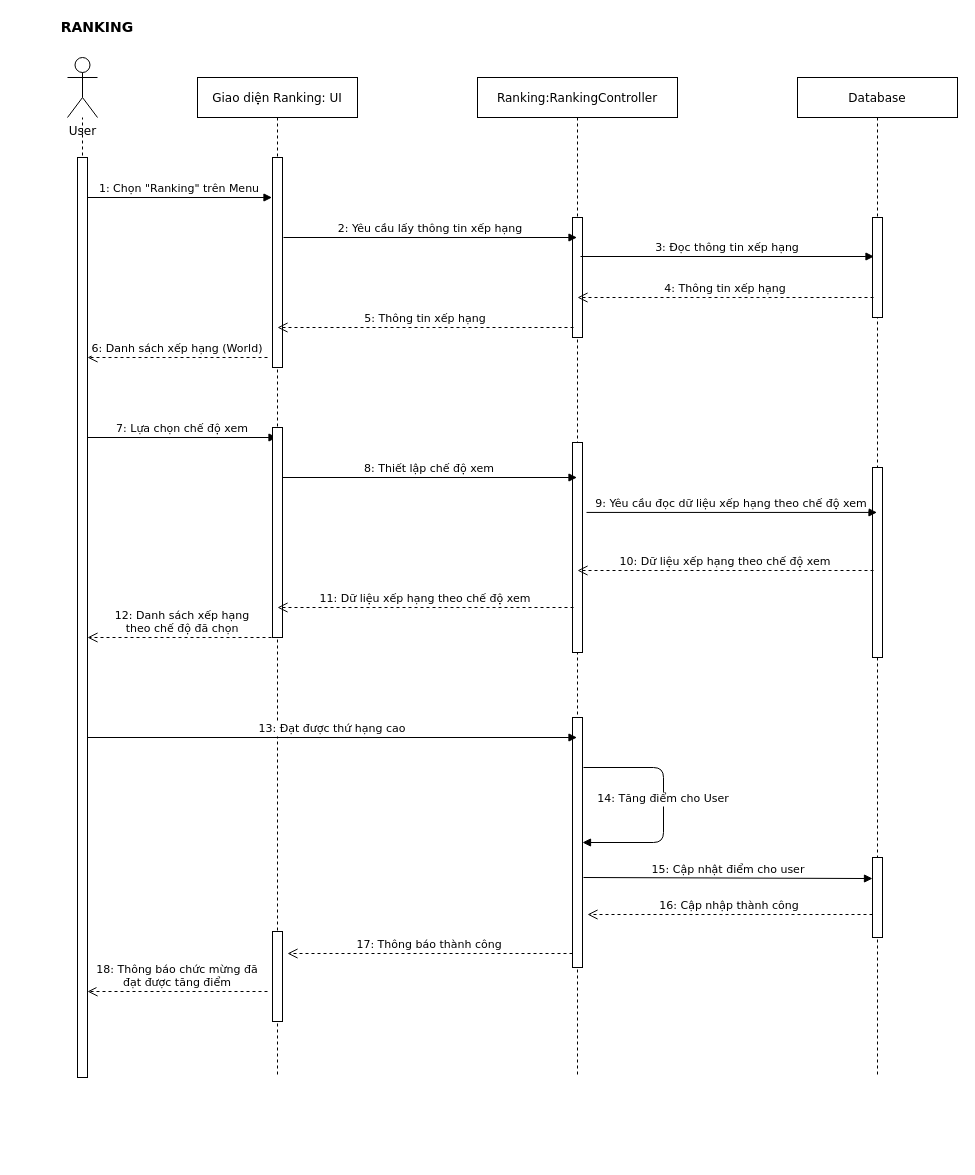
Earlier version of the draw.io diagram ToDoApp-Doc/Document/Diagram/Sequence Diagram/Ranking/Ranking_SequenceDiagram.drawio (Merevoli-DatLuu/To-Do-App). Source tidied: cells renumbered, new cells numbered last; positions are measured from the earlier drawing's top-left corner, leaving out a move shared by most shapes. Both pictures are drawn from the tidied source at 100%, with x=0, y=0 at pixel (17, 17).
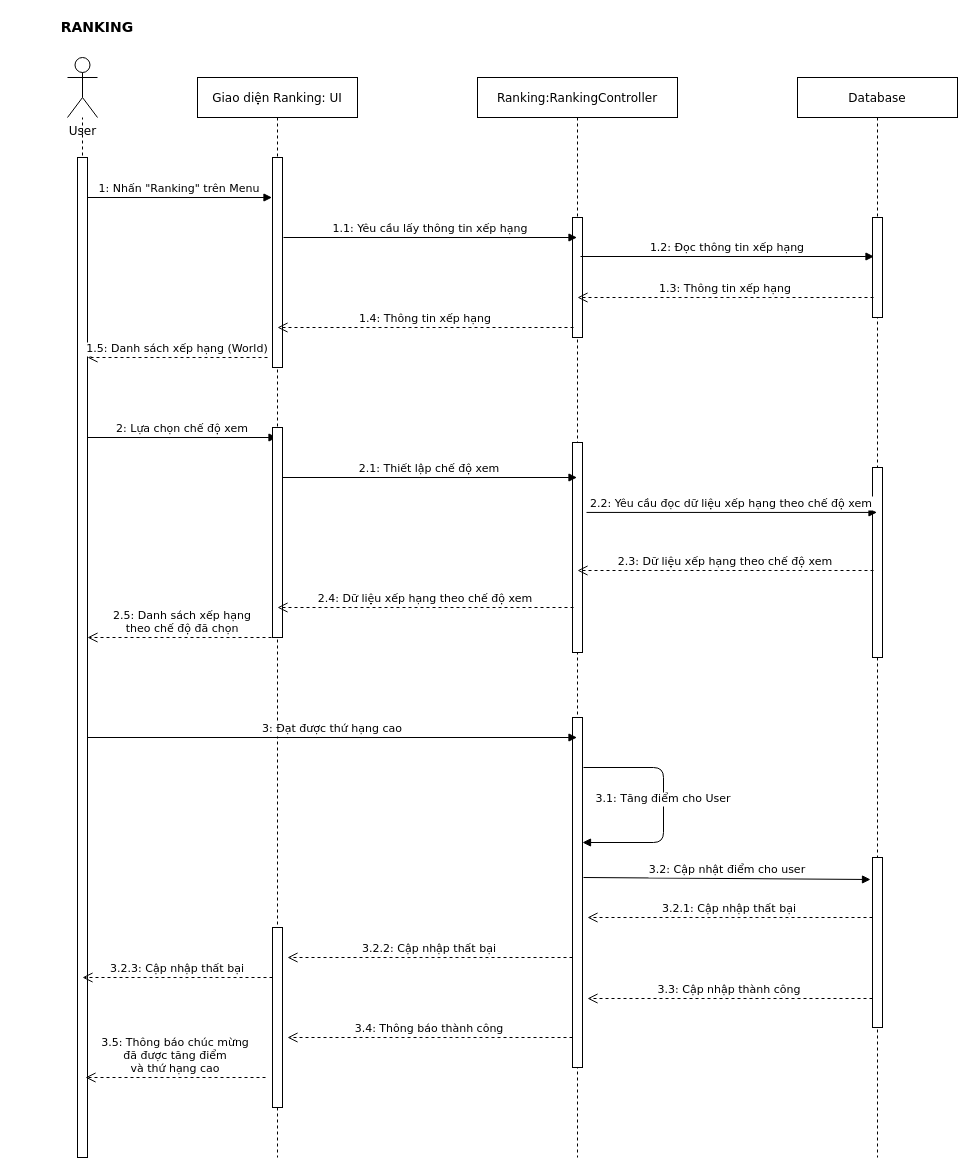
Above is the later version.

The change refers to these unchanged cells:
```xml
<mxCell id="6" value="User" style="shape=umlActor;verticalLabelPosition=bottom;verticalAlign=top;html=1;outlineConnect=0;fontFamily=Verdana;" parent="1" vertex="1">
  <mxGeometry x="50" y="40" width="30" height="60" as="geometry" />
</mxCell>
<mxCell id="12" style="points=[];perimeter=orthogonalPerimeter;rounded=0;shadow=0;strokeWidth=1;fontFamily=Verdana;" parent="10" vertex="1">
  <mxGeometry x="95" y="365" width="10" height="210" as="geometry" />
</mxCell>
```

Diff of the diagram source:
```diff
@@
-    <mxCell id="2" style="endArrow=none;dashed=1;html=1;fontFamily=Verdana;" parent="1" edge="1" target="6">
-      <mxGeometry relative="1" as="geometry">
-        <mxPoint x="65" y="780" as="sourcePoint" />
-      </mxGeometry>
-    </mxCell>
+    <mxCell id="36" style="endArrow=none;dashed=1;html=1;fontFamily=Verdana;" parent="1" edge="1" target="6">
+      <mxGeometry relative="1" as="geometry">
+        <mxPoint x="65" y="780" as="sourcePoint" />
+      </mxGeometry>
+    </mxCell>
     <mxCell id="3" value="Giao diện Ranking: UI" style="shape=umlLifeline;perimeter=lifelinePerimeter;rounded=0;shadow=0;strokeWidth=1;fontFamily=Verdana;" parent="1" vertex="1">
-      <mxGeometry x="180" y="60" width="160" height="1000" as="geometry" />
+      <mxGeometry x="180" y="60" width="160" height="1080" as="geometry" />
     </mxCell>
@@
-    <mxCell id="5" style="perimeter=orthogonalPerimeter;rounded=0;shadow=0;strokeWidth=1;fontFamily=Verdana;" parent="3" vertex="1">
-      <mxGeometry x="75" y="854" width="10" height="90" as="geometry" />
-    </mxCell>
+    <mxCell id="37" style="perimeter=orthogonalPerimeter;rounded=0;shadow=0;strokeWidth=1;fontFamily=Verdana;" parent="3" vertex="1">
+      <mxGeometry x="75" y="850" width="10" height="180" as="geometry" />
+    </mxCell>
@@
-    <mxCell id="7" style="perimeter=orthogonalPerimeter;rounded=0;shadow=0;strokeWidth=1;fontFamily=Verdana;" parent="1" vertex="1">
-      <mxGeometry x="60" y="140" width="10" height="920" as="geometry" />
-    </mxCell>
-    <mxCell id="8" value="1: Chọn &quot;Ranking&quot; trên Menu" style="verticalAlign=bottom;endArrow=block;shadow=0;strokeWidth=1;fontFamily=Verdana;exitX=1.1;exitY=0.117;exitDx=0;exitDy=0;exitPerimeter=0;" parent="1" edge="1">
-      <mxGeometry relative="1" as="geometry">
-        <mxPoint x="70" y="180" as="sourcePoint" />
-        <mxPoint x="254.5" y="180" as="targetPoint" />
-      </mxGeometry>
-    </mxCell>
+    <mxCell id="38" style="perimeter=orthogonalPerimeter;rounded=0;shadow=0;strokeWidth=1;fontFamily=Verdana;" parent="1" vertex="1">
+      <mxGeometry x="60" y="140" width="10" height="1000" as="geometry" />
+    </mxCell>
+    <mxCell id="39" value="1: Nhấn &quot;Ranking&quot; trên Menu" style="verticalAlign=bottom;endArrow=block;shadow=0;strokeWidth=1;fontFamily=Verdana;exitX=1.1;exitY=0.117;exitDx=0;exitDy=0;exitPerimeter=0;" parent="1" edge="1">
+      <mxGeometry relative="1" as="geometry">
+        <mxPoint x="70" y="180" as="sourcePoint" />
+        <mxPoint x="254.5" y="180" as="targetPoint" />
+      </mxGeometry>
+    </mxCell>
@@
     <mxCell id="10" value="Ranking:RankingController" style="shape=umlLifeline;perimeter=lifelinePerimeter;rounded=0;shadow=0;strokeWidth=1;fontFamily=Verdana;" parent="1" vertex="1">
-      <mxGeometry x="460" y="60" width="200" height="1000" as="geometry" />
+      <mxGeometry x="460" y="60" width="200" height="1080" as="geometry" />
     </mxCell>
@@
-    <mxCell id="13" style="points=[];perimeter=orthogonalPerimeter;rounded=0;shadow=0;strokeWidth=1;fontFamily=Verdana;" parent="10" vertex="1">
-      <mxGeometry x="95" y="640" width="10" height="250" as="geometry" />
-    </mxCell>
+    <mxCell id="40" style="points=[];perimeter=orthogonalPerimeter;rounded=0;shadow=0;strokeWidth=1;fontFamily=Verdana;" parent="10" vertex="1">
+      <mxGeometry x="95" y="640" width="10" height="350" as="geometry" />
+    </mxCell>
     <mxCell id="14" value="Database" style="shape=umlLifeline;perimeter=lifelinePerimeter;rounded=0;shadow=0;strokeWidth=1;fontFamily=Verdana;" parent="1" vertex="1">
-      <mxGeometry x="780" y="60" width="160" height="1000" as="geometry" />
+      <mxGeometry x="780" y="60" width="160" height="1080" as="geometry" />
     </mxCell>
@@
-    <mxCell id="16" style="points=[];perimeter=orthogonalPerimeter;rounded=0;shadow=0;strokeWidth=1;fontFamily=Verdana;" parent="14" vertex="1">
-      <mxGeometry x="75" y="780" width="10" height="80" as="geometry" />
-    </mxCell>
+    <mxCell id="41" style="perimeter=orthogonalPerimeter;rounded=0;shadow=0;strokeWidth=1;fontFamily=Verdana;" parent="14" vertex="1">
+      <mxGeometry x="75" y="780" width="10" height="170" as="geometry" />
+    </mxCell>
@@
-    <mxCell id="18" value="2: Yêu cầu lấy thông tin xếp hạng" style="verticalAlign=bottom;endArrow=block;shadow=0;strokeWidth=1;fontFamily=Verdana;" parent="1" edge="1" target="10">
-      <mxGeometry relative="1" as="geometry">
-        <mxPoint x="266" y="220" as="sourcePoint" />
-      </mxGeometry>
-    </mxCell>
-    <mxCell id="19" value="7: Lựa chọn chế độ xem" style="verticalAlign=bottom;endArrow=block;shadow=0;strokeWidth=1;fontFamily=Verdana;exitX=1.1;exitY=0.117;exitDx=0;exitDy=0;exitPerimeter=0;" parent="1" edge="1" target="3">
-      <mxGeometry relative="1" as="geometry">
-        <mxPoint x="70" y="420" as="sourcePoint" />
-      </mxGeometry>
-    </mxCell>
+    <mxCell id="42" value="1.1: Yêu cầu lấy thông tin xếp hạng" style="verticalAlign=bottom;endArrow=block;shadow=0;strokeWidth=1;fontFamily=Verdana;" parent="1" edge="1" target="10">
+      <mxGeometry relative="1" as="geometry">
+        <mxPoint x="266" y="220" as="sourcePoint" />
+      </mxGeometry>
+    </mxCell>
+    <mxCell id="43" value="2: Lựa chọn chế độ xem" style="verticalAlign=bottom;endArrow=block;shadow=0;strokeWidth=1;fontFamily=Verdana;exitX=1.1;exitY=0.117;exitDx=0;exitDy=0;exitPerimeter=0;" parent="1" edge="1" target="3">
+      <mxGeometry relative="1" as="geometry">
+        <mxPoint x="70" y="420" as="sourcePoint" />
+      </mxGeometry>
+    </mxCell>
-    <mxCell id="20" value="9: Yêu cầu đọc dữ liệu xếp hạng theo chế độ xem" style="verticalAlign=bottom;endArrow=block;shadow=0;strokeWidth=1;fontFamily=Verdana;exitX=1.4;exitY=0.333;exitDx=0;exitDy=0;exitPerimeter=0;" parent="1" edge="1" source="12" target="14">
+    <mxCell id="20" value="2.2: Yêu cầu đọc dữ liệu xếp hạng theo chế độ xem" style="verticalAlign=bottom;endArrow=block;shadow=0;strokeWidth=1;fontFamily=Verdana;exitX=1.4;exitY=0.333;exitDx=0;exitDy=0;exitPerimeter=0;" parent="1" edge="1" source="12" target="14">
       <mxGeometry relative="1" as="geometry" />
     </mxCell>
-    <mxCell id="21" value="3: Đọc thông tin xếp hạng" style="verticalAlign=bottom;endArrow=block;shadow=0;strokeWidth=1;fontFamily=Verdana;" parent="1" edge="1">
-      <mxGeometry relative="1" as="geometry">
-        <mxPoint x="563" y="239" as="sourcePoint" />
-        <mxPoint x="856.5" y="239" as="targetPoint" />
-      </mxGeometry>
-    </mxCell>
-    <mxCell id="22" value="4: Thông tin xếp hạng" style="verticalAlign=bottom;endArrow=open;dashed=1;endSize=8;shadow=0;strokeWidth=1;fontFamily=Verdana;" parent="1" edge="1">
-      <mxGeometry relative="1" as="geometry">
-        <mxPoint x="856" y="280" as="sourcePoint" />
-        <mxPoint x="560" y="280" as="targetPoint" />
-      </mxGeometry>
-    </mxCell>
-    <mxCell id="23" value="5: Thông tin xếp hạng" style="verticalAlign=bottom;endArrow=open;dashed=1;endSize=8;shadow=0;strokeWidth=1;fontFamily=Verdana;" parent="1" edge="1">
-      <mxGeometry relative="1" as="geometry">
-        <mxPoint x="556" y="310" as="sourcePoint" />
-        <mxPoint x="260" y="310" as="targetPoint" />
-      </mxGeometry>
-    </mxCell>
-    <mxCell id="24" value="6: Danh sách xếp hạng (World)" style="verticalAlign=bottom;endArrow=open;dashed=1;endSize=8;shadow=0;strokeWidth=1;fontFamily=Verdana;" parent="1" edge="1">
-      <mxGeometry relative="1" as="geometry">
-        <mxPoint x="250" y="340" as="sourcePoint" />
-        <mxPoint x="70" y="340" as="targetPoint" />
-      </mxGeometry>
-    </mxCell>
+    <mxCell id="44" value="1.2: Đọc thông tin xếp hạng" style="verticalAlign=bottom;endArrow=block;shadow=0;strokeWidth=1;fontFamily=Verdana;" parent="1" edge="1">
+      <mxGeometry relative="1" as="geometry">
+        <mxPoint x="563" y="239" as="sourcePoint" />
+        <mxPoint x="856.5" y="239" as="targetPoint" />
+      </mxGeometry>
+    </mxCell>
+    <mxCell id="45" value="1.3: Thông tin xếp hạng" style="verticalAlign=bottom;endArrow=open;dashed=1;endSize=8;shadow=0;strokeWidth=1;fontFamily=Verdana;" parent="1" edge="1">
+      <mxGeometry relative="1" as="geometry">
+        <mxPoint x="856" y="280" as="sourcePoint" />
+        <mxPoint x="560" y="280" as="targetPoint" />
+      </mxGeometry>
+    </mxCell>
+    <mxCell id="46" value="1.4: Thông tin xếp hạng" style="verticalAlign=bottom;endArrow=open;dashed=1;endSize=8;shadow=0;strokeWidth=1;fontFamily=Verdana;" parent="1" edge="1">
+      <mxGeometry relative="1" as="geometry">
+        <mxPoint x="556" y="310" as="sourcePoint" />
+        <mxPoint x="260" y="310" as="targetPoint" />
+      </mxGeometry>
+    </mxCell>
+    <mxCell id="47" value="1.5: Danh sách xếp hạng (World)" style="verticalAlign=bottom;endArrow=open;dashed=1;endSize=8;shadow=0;strokeWidth=1;fontFamily=Verdana;" parent="1" edge="1">
+      <mxGeometry relative="1" as="geometry">
+        <mxPoint x="250" y="340" as="sourcePoint" />
+        <mxPoint x="70" y="340" as="targetPoint" />
+      </mxGeometry>
+    </mxCell>
@@
-    <mxCell id="26" value="8: Thiết lập chế độ xem" style="verticalAlign=bottom;endArrow=block;shadow=0;strokeWidth=1;fontFamily=Verdana;exitX=1.1;exitY=0.117;exitDx=0;exitDy=0;exitPerimeter=0;" parent="1" edge="1" target="10">
-      <mxGeometry relative="1" as="geometry">
-        <mxPoint x="265" y="460" as="sourcePoint" />
-      </mxGeometry>
-    </mxCell>
-    <mxCell id="27" value="10: Dữ liệu xếp hạng theo chế độ xem" style="verticalAlign=bottom;endArrow=open;dashed=1;endSize=8;shadow=0;strokeWidth=1;fontFamily=Verdana;" parent="1" edge="1">
-      <mxGeometry relative="1" as="geometry">
-        <mxPoint x="856" y="553" as="sourcePoint" />
-        <mxPoint x="560" y="553" as="targetPoint" />
-      </mxGeometry>
-    </mxCell>
-    <mxCell id="28" value="11: Dữ liệu xếp hạng theo chế độ xem" style="verticalAlign=bottom;endArrow=open;dashed=1;endSize=8;shadow=0;strokeWidth=1;fontFamily=Verdana;" parent="1" edge="1">
-      <mxGeometry relative="1" as="geometry">
-        <mxPoint x="556" y="590" as="sourcePoint" />
-        <mxPoint x="260" y="590" as="targetPoint" />
-      </mxGeometry>
-    </mxCell>
-    <mxCell id="29" value="12: Danh sách xếp hạng&#10;theo chế độ đã chọn" style="verticalAlign=bottom;endArrow=open;dashed=1;endSize=8;shadow=0;strokeWidth=1;fontFamily=Verdana;" parent="1" edge="1">
-      <mxGeometry relative="1" as="geometry">
-        <mxPoint x="260" y="620" as="sourcePoint" />
-        <mxPoint x="70" y="620" as="targetPoint" />
-      </mxGeometry>
-    </mxCell>
-    <mxCell id="30" value="13: Đạt được thứ hạng cao" style="verticalAlign=bottom;endArrow=block;shadow=0;strokeWidth=1;fontFamily=Verdana;exitX=1.4;exitY=0.333;exitDx=0;exitDy=0;exitPerimeter=0;" parent="1" edge="1" target="10">
-      <mxGeometry relative="1" as="geometry">
-        <mxPoint x="70" y="720" as="sourcePoint" />
-      </mxGeometry>
-    </mxCell>
-    <mxCell id="31" value="14: Tăng điểm cho User" style="verticalAlign=bottom;endArrow=block;shadow=0;strokeWidth=1;fontFamily=Verdana;exitX=1.4;exitY=0.333;exitDx=0;exitDy=0;exitPerimeter=0;" parent="1" edge="1" target="13">
-      <mxGeometry x="0.02" relative="1" as="geometry">
-        <mxPoint x="566" y="750" as="sourcePoint" />
-        <Array as="points">
-          <mxPoint x="646" y="750" />
-          <mxPoint x="646" y="825" />
-        </Array>
-      </mxGeometry>
-    </mxCell>
-    <mxCell id="32" value="15: Cập nhật điểm cho user" style="verticalAlign=bottom;endArrow=block;shadow=0;strokeWidth=1;fontFamily=Verdana;exitX=1.4;exitY=0.333;exitDx=0;exitDy=0;exitPerimeter=0;entryX=0;entryY=0.263;entryDx=0;entryDy=0;entryPerimeter=0;" parent="1" edge="1" target="16">
-      <mxGeometry relative="1" as="geometry">
-        <mxPoint x="566" y="860" as="sourcePoint" />
-      </mxGeometry>
-    </mxCell>
-    <mxCell id="33" value="16: Cập nhập thành công" style="verticalAlign=bottom;endArrow=open;dashed=1;endSize=8;shadow=0;strokeWidth=1;fontFamily=Verdana;" parent="1" edge="1">
-      <mxGeometry relative="1" as="geometry">
-        <mxPoint x="855" y="897" as="sourcePoint" />
-        <mxPoint x="570" y="897" as="targetPoint" />
-      </mxGeometry>
-    </mxCell>
-    <mxCell id="34" value="17: Thông báo thành công" style="verticalAlign=bottom;endArrow=open;dashed=1;endSize=8;shadow=0;strokeWidth=1;fontFamily=Verdana;" parent="1" edge="1">
-      <mxGeometry relative="1" as="geometry">
-        <mxPoint x="555" y="936" as="sourcePoint" />
-        <mxPoint x="270" y="936" as="targetPoint" />
-      </mxGeometry>
-    </mxCell>
-    <mxCell id="35" value="18: Thông báo chức mừng đã&#10;đạt được tăng điểm" style="verticalAlign=bottom;endArrow=open;dashed=1;endSize=8;shadow=0;strokeWidth=1;fontFamily=Verdana;" parent="1" edge="1">
-      <mxGeometry relative="1" as="geometry">
-        <mxPoint x="250" y="974" as="sourcePoint" />
-        <mxPoint x="70" y="974" as="targetPoint" />
-      </mxGeometry>
-    </mxCell>
+    <mxCell id="48" value="2.1: Thiết lập chế độ xem" style="verticalAlign=bottom;endArrow=block;shadow=0;strokeWidth=1;fontFamily=Verdana;exitX=1.1;exitY=0.117;exitDx=0;exitDy=0;exitPerimeter=0;" parent="1" edge="1" target="10">
+      <mxGeometry relative="1" as="geometry">
+        <mxPoint x="265" y="460" as="sourcePoint" />
+      </mxGeometry>
+    </mxCell>
+    <mxCell id="49" value="2.3: Dữ liệu xếp hạng theo chế độ xem" style="verticalAlign=bottom;endArrow=open;dashed=1;endSize=8;shadow=0;strokeWidth=1;fontFamily=Verdana;" parent="1" edge="1">
+      <mxGeometry relative="1" as="geometry">
+        <mxPoint x="856" y="553" as="sourcePoint" />
+        <mxPoint x="560" y="553" as="targetPoint" />
+      </mxGeometry>
+    </mxCell>
+    <mxCell id="50" value="2.4: Dữ liệu xếp hạng theo chế độ xem" style="verticalAlign=bottom;endArrow=open;dashed=1;endSize=8;shadow=0;strokeWidth=1;fontFamily=Verdana;" parent="1" edge="1">
+      <mxGeometry relative="1" as="geometry">
+        <mxPoint x="556" y="590" as="sourcePoint" />
+        <mxPoint x="260" y="590" as="targetPoint" />
+      </mxGeometry>
+    </mxCell>
+    <mxCell id="51" value="2.5: Danh sách xếp hạng&#10;theo chế độ đã chọn" style="verticalAlign=bottom;endArrow=open;dashed=1;endSize=8;shadow=0;strokeWidth=1;fontFamily=Verdana;" parent="1" edge="1">
+      <mxGeometry relative="1" as="geometry">
+        <mxPoint x="260" y="620" as="sourcePoint" />
+        <mxPoint x="70" y="620" as="targetPoint" />
+      </mxGeometry>
+    </mxCell>
+    <mxCell id="52" value="3: Đạt được thứ hạng cao" style="verticalAlign=bottom;endArrow=block;shadow=0;strokeWidth=1;fontFamily=Verdana;exitX=1.4;exitY=0.333;exitDx=0;exitDy=0;exitPerimeter=0;" parent="1" edge="1" target="10">
+      <mxGeometry relative="1" as="geometry">
+        <mxPoint x="70" y="720" as="sourcePoint" />
+      </mxGeometry>
+    </mxCell>
+    <mxCell id="53" value="3.1: Tăng điểm cho User" style="verticalAlign=bottom;endArrow=block;shadow=0;strokeWidth=1;fontFamily=Verdana;exitX=1.4;exitY=0.333;exitDx=0;exitDy=0;exitPerimeter=0;" parent="1" edge="1" target="40">
+      <mxGeometry x="0.02" relative="1" as="geometry">
+        <mxPoint x="566" y="750" as="sourcePoint" />
+        <Array as="points">
+          <mxPoint x="646" y="750" />
+          <mxPoint x="646" y="825" />
+        </Array>
+      </mxGeometry>
+    </mxCell>
+    <mxCell id="54" value="3.2: Cập nhật điểm cho user" style="verticalAlign=bottom;endArrow=block;shadow=0;strokeWidth=1;fontFamily=Verdana;exitX=1.4;exitY=0.333;exitDx=0;exitDy=0;exitPerimeter=0;" parent="1" edge="1">
+      <mxGeometry relative="1" as="geometry">
+        <mxPoint x="566" y="860" as="sourcePoint" />
+        <mxPoint x="853" y="862" as="targetPoint" />
+      </mxGeometry>
+    </mxCell>
+    <mxCell id="55" value="3.3: Cập nhập thành công" style="verticalAlign=bottom;endArrow=open;dashed=1;endSize=8;shadow=0;strokeWidth=1;fontFamily=Verdana;" parent="1" edge="1">
+      <mxGeometry relative="1" as="geometry">
+        <mxPoint x="855" y="981" as="sourcePoint" />
+        <mxPoint x="570" y="981" as="targetPoint" />
+      </mxGeometry>
+    </mxCell>
+    <mxCell id="56" value="3.4: Thông báo thành công" style="verticalAlign=bottom;endArrow=open;dashed=1;endSize=8;shadow=0;strokeWidth=1;fontFamily=Verdana;" parent="1" edge="1">
+      <mxGeometry relative="1" as="geometry">
+        <mxPoint x="555" y="1020" as="sourcePoint" />
+        <mxPoint x="270" y="1020" as="targetPoint" />
+      </mxGeometry>
+    </mxCell>
+    <mxCell id="57" value="3.5: Thông báo chúc mừng &#10;đã được tăng điểm &#10;và thứ hạng cao" style="verticalAlign=bottom;endArrow=open;dashed=1;endSize=8;shadow=0;strokeWidth=1;fontFamily=Verdana;" parent="1" edge="1">
+      <mxGeometry relative="1" as="geometry">
+        <mxPoint x="248" y="1060" as="sourcePoint" />
+        <mxPoint x="68" y="1060" as="targetPoint" />
+      </mxGeometry>
+    </mxCell>
+    <mxCell id="58" value="3.2.1: Cập nhập thất bại" style="verticalAlign=bottom;endArrow=open;dashed=1;endSize=8;shadow=0;strokeWidth=1;fontFamily=Verdana;" parent="1" edge="1">
+      <mxGeometry relative="1" as="geometry">
+        <mxPoint x="855" y="900" as="sourcePoint" />
+        <mxPoint x="570" y="900" as="targetPoint" />
+      </mxGeometry>
+    </mxCell>
+    <mxCell id="59" value="3.2.2: Cập nhập thất bại" style="verticalAlign=bottom;endArrow=open;dashed=1;endSize=8;shadow=0;strokeWidth=1;fontFamily=Verdana;" parent="1" edge="1">
+      <mxGeometry relative="1" as="geometry">
+        <mxPoint x="555" y="940" as="sourcePoint" />
+        <mxPoint x="270" y="940" as="targetPoint" />
+      </mxGeometry>
+    </mxCell>
+    <mxCell id="60" value="3.2.3: Cập nhập thất bại" style="verticalAlign=bottom;endArrow=open;dashed=1;endSize=8;shadow=0;strokeWidth=1;fontFamily=Verdana;" parent="1" edge="1">
+      <mxGeometry relative="1" as="geometry">
+        <mxPoint x="255" y="960" as="sourcePoint" />
+        <mxPoint x="65" y="960" as="targetPoint" />
+      </mxGeometry>
+    </mxCell>
```
